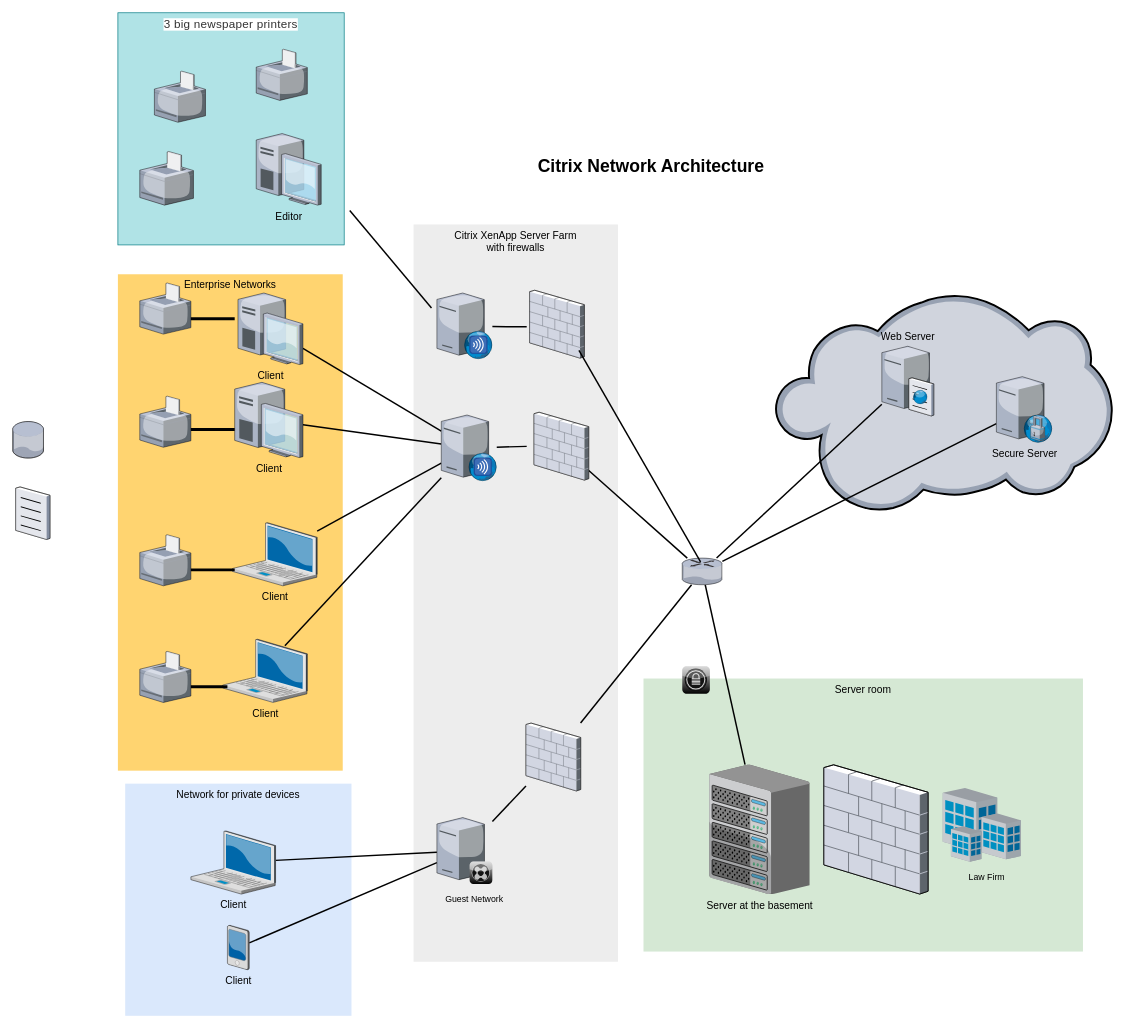
This is Untitled Diagram.drawio from Tamimjabr/security-system-diagram, a draw.io file, before an edit. Source tidied: cells renumbered, new cells numbered last; positions are measured from the earlier drawing's top-left corner, leaving out a move shared by most shapes. Both pictures are drawn from the tidied source at 73%, with x=0, y=0 at pixel (12, 12).
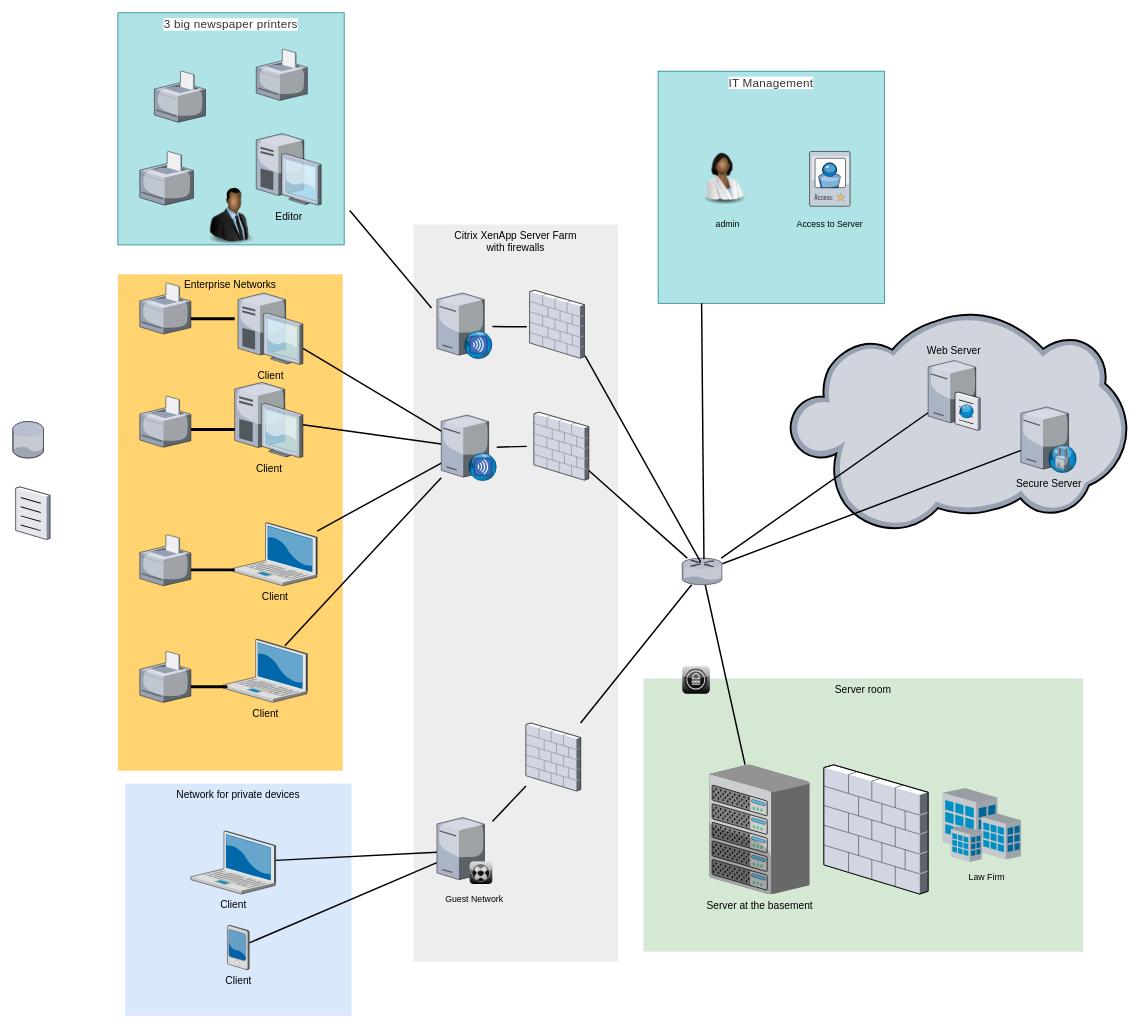
The same page after the edit.

Unchanged cells that the change refers to:
```xml
<mxCell id="21" style="verticalLabelPosition=bottom;html=1;verticalAlign=top;strokeColor=none;shape=mxgraph.citrix.router;fillColor=#66B2FF;gradientColor=#0066CC;fontSize=14;" parent="1" vertex="1">
  <mxGeometry x="917" y="747" width="55" height="36.5" as="geometry" />
</mxCell>
<mxCell id="49" style="verticalLabelPosition=bottom;html=1;verticalAlign=top;strokeColor=none;shape=mxgraph.citrix.firewall;fillColor=#66B2FF;gradientColor=#0066CC;fontSize=14;" parent="1" vertex="1">
  <mxGeometry x="708" y="380.1" width="75" height="93" as="geometry" />
</mxCell>
```

Change to the diagram source:
```diff
@@
+    <mxCell id="60" value="&lt;div style=&quot;text-align: left&quot;&gt;&lt;font color=&quot;#333333&quot;&gt;&lt;span style=&quot;font-size: 16px ; letter-spacing: 0.35px ; background-color: rgb(255 , 255 , 255)&quot;&gt;IT Management&lt;/span&gt;&lt;/font&gt;&lt;/div&gt;" style="whiteSpace=wrap;html=1;fillColor=#b0e3e6;fontSize=14;strokeColor=#0e8088;verticalAlign=top;" parent="1" vertex="1">
+      <mxGeometry x="884" y="80" width="310" height="318" as="geometry" />
+    </mxCell>
     <mxCell id="2" style="verticalLabelPosition=bottom;sketch=0;html=1;verticalAlign=top;strokeColor=none;align=center;shape=mxgraph.citrix.cloud;" parent="1" vertex="1">
-      <mxGeometry x="1044" y="383.9" width="462.4" height="301.8" as="geometry" />
+      <mxGeometry x="1064" y="409.4" width="462.4" height="301.8" as="geometry" />
     </mxCell>
@@
     <mxCell id="23" value="Web Server" style="verticalLabelPosition=top;html=1;verticalAlign=bottom;strokeColor=none;shape=mxgraph.citrix.cache_server;fillColor=#66B2FF;gradientColor=#0066CC;fontSize=14;labelPosition=center;align=center;" parent="1" vertex="1">
-      <mxGeometry x="1190.5" y="454.6" width="71" height="97.5" as="geometry" />
+      <mxGeometry x="1253.9" y="474.2" width="71" height="97.5" as="geometry" />
     </mxCell>
@@
     <mxCell id="29" value="Secure Server" style="verticalLabelPosition=bottom;html=1;verticalAlign=top;strokeColor=none;shape=mxgraph.citrix.proxy_server;fillColor=#66B2FF;gradientColor=#0066CC;fontSize=14;" parent="1" vertex="1">
-      <mxGeometry x="1347.4" y="498.5" width="76.5" height="90" as="geometry" />
+      <mxGeometry x="1381" y="540" width="76.5" height="90" as="geometry" />
     </mxCell>
@@
-    <mxCell id="31" value="Citrix Network Architecture" style="text;strokeColor=none;fillColor=none;html=1;fontSize=24;fontStyle=1;verticalAlign=middle;align=center;" parent="1" vertex="1">
-      <mxGeometry x="443" y="190" width="861" height="40" as="geometry" />
-    </mxCell>
@@
-    <mxCell id="56" style="edgeStyle=none;rounded=0;html=1;startSize=10;endSize=10;jettySize=auto;fontSize=14;endArrow=none;endFill=0;strokeWidth=2;exitX=0.901;exitY=0.884;exitDx=0;exitDy=0;exitPerimeter=0;entryX=0.458;entryY=0.143;entryDx=0;entryDy=0;entryPerimeter=0;" parent="1" edge="1" source="49" target="21">
-      <mxGeometry relative="1" as="geometry" />
+    <mxCell id="56" style="edgeStyle=none;rounded=0;html=1;startSize=10;endSize=10;jettySize=auto;fontSize=14;endArrow=none;endFill=0;strokeWidth=2;entryX=0.458;entryY=0.143;entryDx=0;entryDy=0;entryPerimeter=0;" parent="1" edge="1" target="21">
+      <mxGeometry relative="1" as="geometry">
+        <mxPoint x="784" y="470" as="sourcePoint" />
+      </mxGeometry>
     </mxCell>
@@
+    <mxCell id="61" style="verticalLabelPosition=bottom;sketch=0;html=1;verticalAlign=top;strokeColor=none;align=center;shape=mxgraph.citrix.access_card;" parent="1" vertex="1">
+      <mxGeometry x="1091.5" y="190" width="55.5" height="75" as="geometry" />
+    </mxCell>
+    <mxCell id="62" style="image;html=1;image=img/lib/clip_art/people/Suit_Man_Black_128x128.png;" parent="1" vertex="1">
+      <mxGeometry x="259" y="238" width="80" height="80" as="geometry" />
+    </mxCell>
+    <mxCell id="63" style="image;html=1;image=img/lib/clip_art/people/Scientist_Woman_Black_128x128.png;" parent="1" vertex="1">
+      <mxGeometry x="934" y="183.5" width="80" height="80" as="geometry" />
+    </mxCell>
+    <mxCell id="64" value="Access to Server" style="text;html=1;align=center;verticalAlign=middle;fillColor=none;strokeColor=none;rounded=0;" parent="1" vertex="1">
+      <mxGeometry x="1064.2" y="280" width="110" height="20" as="geometry" />
+    </mxCell>
+    <mxCell id="65" value="admin" style="text;html=1;align=center;verticalAlign=middle;fillColor=none;strokeColor=none;rounded=0;" parent="1" vertex="1">
+      <mxGeometry x="954" y="280" width="50" height="20" as="geometry" />
+    </mxCell>
+    <mxCell id="66" style="edgeStyle=none;rounded=0;html=1;startSize=10;endSize=10;jettySize=auto;fontSize=14;endArrow=none;endFill=0;strokeWidth=2;entryX=0.542;entryY=0.04;entryDx=0;entryDy=0;entryPerimeter=0;" parent="1" edge="1" target="21">
+      <mxGeometry relative="1" as="geometry">
+        <mxPoint x="943.6" y="398" as="sourcePoint" />
+      </mxGeometry>
+    </mxCell>
```
